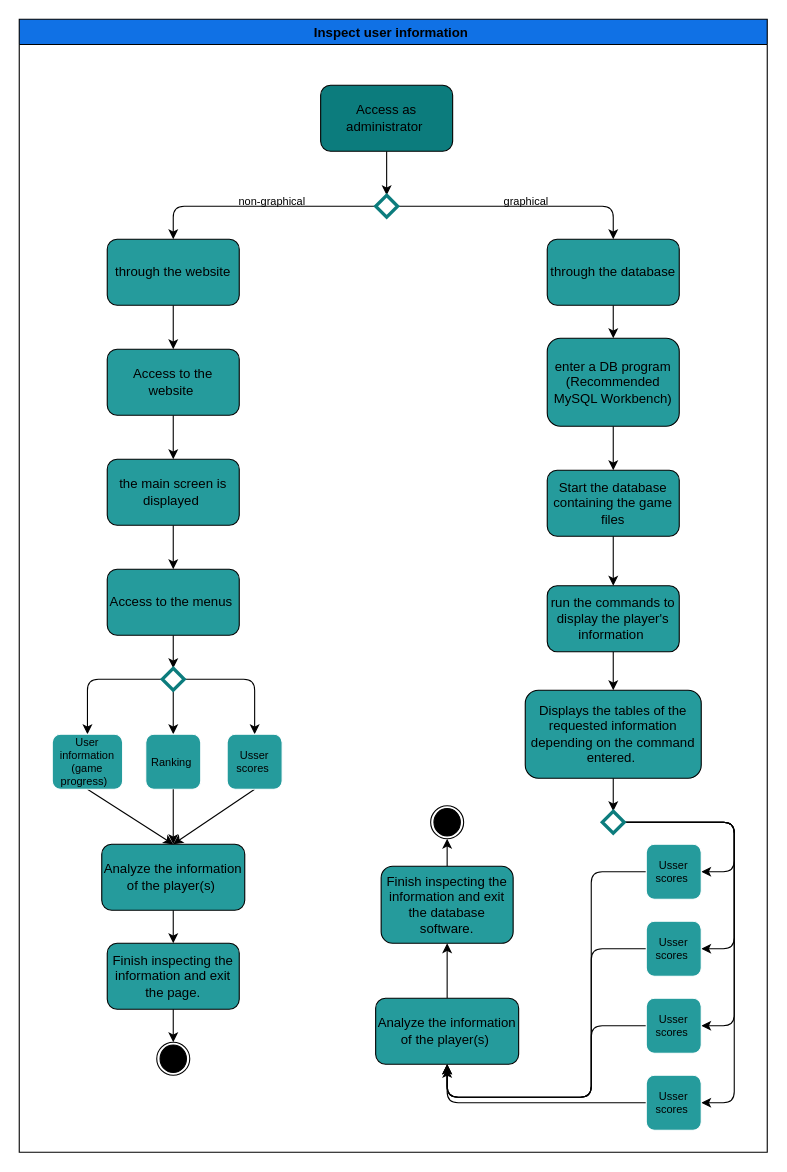
Before: Activity_Diagrams/UserInfo(web-db).drawio in A01352283/Equipo5_ConstruccionSoftware, a draw.io diagram. Source tidied: cells renumbered, new cells numbered last; positions are measured from the earlier drawing's top-left corner, leaving out a move shared by most shapes. Both pictures are drawn from the tidied source at 110%, with x=0, y=0 at pixel (19, 19).
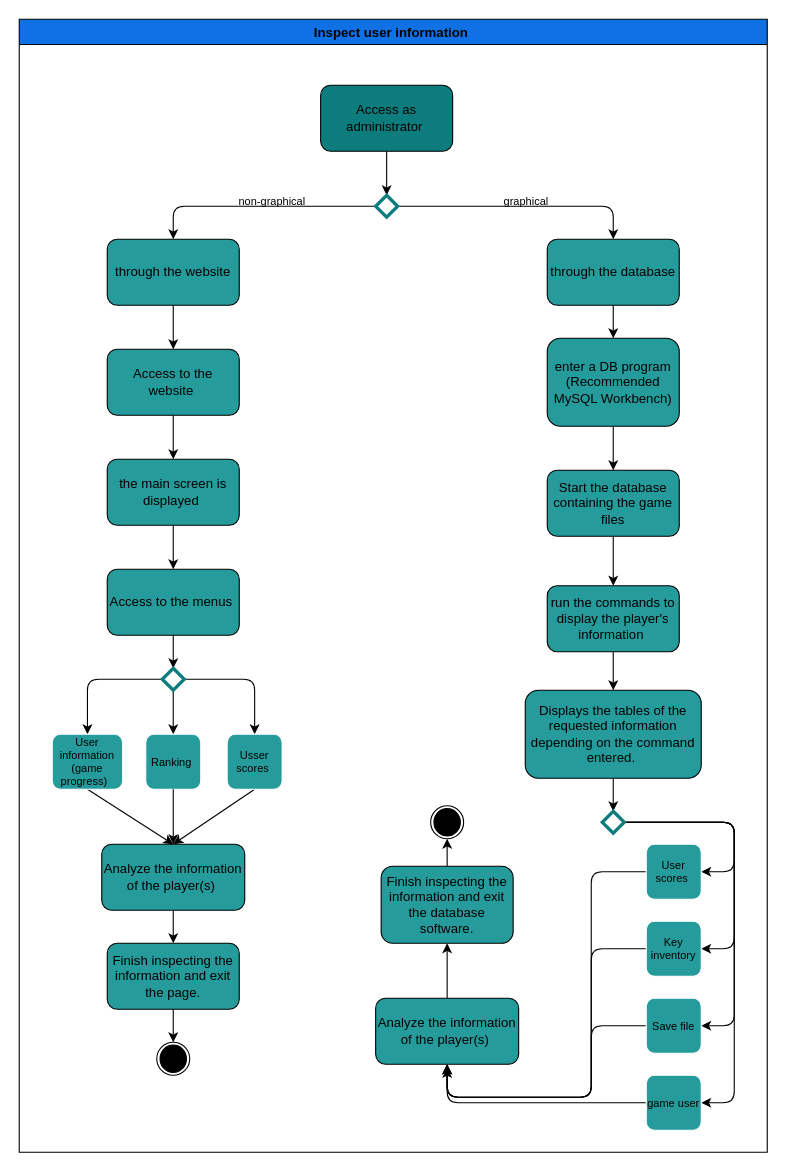
The same page after the edit.

The change refers to these unchanged cells:
```xml
<mxCell id="2" value="Inspect user information " style="swimlane;fillColor=#1071e5;" parent="1" vertex="1">
  <mxGeometry width="680" height="1030" as="geometry" />
</mxCell>
```

The edit, as a diff of the source:
```diff
@@
-    <mxCell id="50" value="Usser scores&amp;nbsp;" style="rounded=1;whiteSpace=wrap;html=1;labelBackgroundColor=none;fontSize=10;fontColor=#000000;strokeColor=#FFFFFF;strokeWidth=1;fillColor=#259B9C;" parent="2" vertex="1">
+    <mxCell id="50" value="User scores&amp;nbsp;" style="rounded=1;whiteSpace=wrap;html=1;labelBackgroundColor=none;fontSize=10;fontColor=#000000;strokeColor=#FFFFFF;strokeWidth=1;fillColor=#259B9C;" parent="2" vertex="1">
       <mxGeometry x="570" y="750" width="50" height="50" as="geometry" />
     </mxCell>
@@
-    <mxCell id="52" value="Usser scores&amp;nbsp;" style="rounded=1;whiteSpace=wrap;html=1;labelBackgroundColor=none;fontSize=10;fontColor=#000000;strokeColor=#FFFFFF;strokeWidth=1;fillColor=#259B9C;" parent="2" vertex="1">
+    <mxCell id="52" value="Key inventory" style="rounded=1;whiteSpace=wrap;html=1;labelBackgroundColor=none;fontSize=10;fontColor=#000000;strokeColor=#FFFFFF;strokeWidth=1;fillColor=#259B9C;" parent="2" vertex="1">
       <mxGeometry x="570" y="820" width="50" height="50" as="geometry" />
     </mxCell>
@@
-    <mxCell id="54" value="Usser scores&amp;nbsp;" style="rounded=1;whiteSpace=wrap;html=1;labelBackgroundColor=none;fontSize=10;fontColor=#000000;strokeColor=#FFFFFF;strokeWidth=1;fillColor=#259B9C;" parent="2" vertex="1">
+    <mxCell id="54" value="Save file" style="rounded=1;whiteSpace=wrap;html=1;labelBackgroundColor=none;fontSize=10;fontColor=#000000;strokeColor=#FFFFFF;strokeWidth=1;fillColor=#259B9C;" parent="2" vertex="1">
       <mxGeometry x="570" y="890" width="50" height="50" as="geometry" />
     </mxCell>
@@
-    <mxCell id="56" value="Usser scores&amp;nbsp;" style="rounded=1;whiteSpace=wrap;html=1;labelBackgroundColor=none;fontSize=10;fontColor=#000000;strokeColor=#FFFFFF;strokeWidth=1;fillColor=#259B9C;" parent="2" vertex="1">
+    <mxCell id="56" value="game user" style="rounded=1;whiteSpace=wrap;html=1;labelBackgroundColor=none;fontSize=10;fontColor=#000000;strokeColor=#FFFFFF;strokeWidth=1;fillColor=#259B9C;" parent="2" vertex="1">
       <mxGeometry x="570" y="960" width="50" height="50" as="geometry" />
     </mxCell>
```
